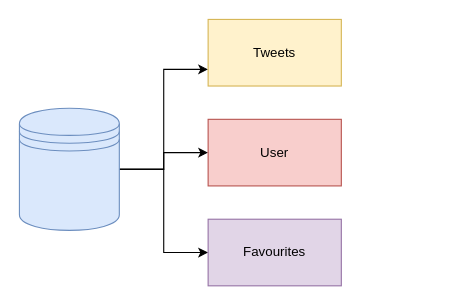
The draw.io diagram page "Page-3" (3 of 3) of assets/drawio files/datapartioning.drawio in TheBigJ/designs-for-software-designers, before the edit. Source tidied: cells renumbered, new cells numbered last; positions are measured from the earlier drawing's top-left corner, leaving out a move shared by most shapes. Both pictures are drawn from the tidied source at 111%, with x=0, y=0 at pixel (19, 19).
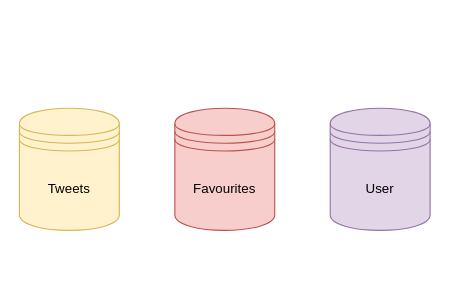
Above is the later version.

Change to the diagram source:
```diff
@@
 <mxGraphModel>
   <root>
     <mxCell id="0" />
     <mxCell id="1" parent="0" />
-    <mxCell id="2" style="edgeStyle=orthogonalEdgeStyle;rounded=0;jettySize=auto;html=1;entryX=0;entryY=0.75;entryDx=0;entryDy=0;" parent="1" edge="1" source="5" target="6">
-      <mxGeometry relative="1" as="geometry" />
-    </mxCell>
-    <mxCell id="3" style="edgeStyle=orthogonalEdgeStyle;rounded=0;jettySize=auto;html=1;" parent="1" edge="1" source="5" target="7">
-      <mxGeometry relative="1" as="geometry" />
-    </mxCell>
-    <mxCell id="4" style="edgeStyle=orthogonalEdgeStyle;rounded=0;jettySize=auto;html=1;" parent="1" edge="1" source="5" target="8">
-      <mxGeometry relative="1" as="geometry" />
-    </mxCell>
-    <mxCell id="5" style="shape=datastore;whiteSpace=wrap;html=1;fillColor=#dae8fc;strokeColor=#6c8ebf;" parent="1" vertex="1">
+    <mxCell id="5" value="Tweets" style="shape=datastore;whiteSpace=wrap;html=1;fillColor=#fff2cc;strokeColor=#d6b656;" parent="1" vertex="1">
       <mxGeometry y="80" width="90" height="110" as="geometry" />
     </mxCell>
-    <mxCell id="6" value="Tweets" style="rounded=0;whiteSpace=wrap;html=1;fillColor=#fff2cc;strokeColor=#d6b656;" parent="1" vertex="1">
-      <mxGeometry x="170" width="120" height="60" as="geometry" />
-    </mxCell>
+    <mxCell id="8" value="Favourites" style="shape=datastore;whiteSpace=wrap;html=1;fillColor=#f8cecc;strokeColor=#b85450;" parent="1" vertex="1">
+      <mxGeometry x="140" y="80" width="90" height="110" as="geometry" />
+    </mxCell>
-    <mxCell id="7" value="User" style="rounded=0;whiteSpace=wrap;html=1;fillColor=#f8cecc;strokeColor=#b85450;" parent="1" vertex="1">
-      <mxGeometry x="170" y="90" width="120" height="60" as="geometry" />
+    <mxCell id="7" value="User" style="shape=datastore;whiteSpace=wrap;html=1;fillColor=#e1d5e7;strokeColor=#9673a6;" parent="1" vertex="1">
+      <mxGeometry x="280" y="80" width="90" height="110" as="geometry" />
     </mxCell>
-    <mxCell id="8" value="Favourites" style="rounded=0;whiteSpace=wrap;html=1;fillColor=#e1d5e7;strokeColor=#9673a6;" parent="1" vertex="1">
-      <mxGeometry x="170" y="180" width="120" height="60" as="geometry" />
-    </mxCell>
   </root>
 </mxGraphModel>
```
